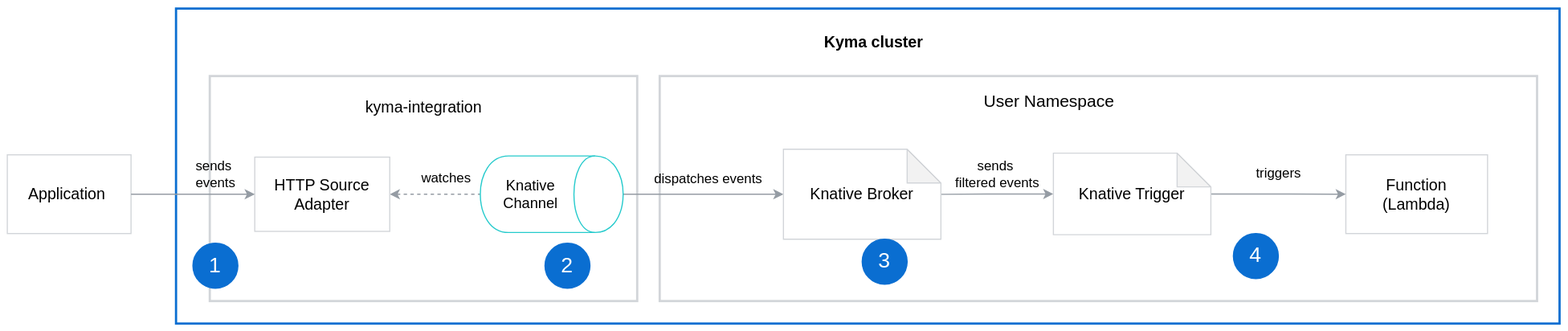
Above: docs/knative-eventing-mesh/assets/eventing-mesh-flow.svg in kyma-project/kyma (draw.io), before the change. Source tidied: cells renumbered, new cells last; positions are measured from the earlier drawing's top-left corner, leaving out a move shared by most shapes. Source of this version:
```xml
<mxGraphModel background="#ffffff">
  <root>
    <mxCell id="0" />
    <mxCell id="1" parent="0" />
    <mxCell id="2" style="group;fillColor=none;strokeColor=#D2D5D9;strokeWidth=2;" parent="1" vertex="1">
      <mxGeometry x="580" y="60" width="780" height="200" as="geometry" />
    </mxCell>
    <mxCell id="3" value="&lt;font&gt;&lt;br&gt;&lt;font style=&quot;font-size: 14px&quot;&gt;Application&lt;/font&gt;&lt;/font&gt;&lt;font style=&quot;font-size: 13px&quot;&gt;&amp;nbsp;&lt;br&gt;&lt;br&gt;&lt;/font&gt;" style="rounded=0;whiteSpace=wrap;html=1;strokeColor=#D2D5D9;strokeWidth=1;fillColor=#ffffff;verticalAlign=middle;" parent="1" vertex="1">
      <mxGeometry y="130" width="110" height="70" as="geometry" />
    </mxCell>
    <mxCell id="4" value="&lt;font style=&quot;font-size: 15px&quot;&gt;User Namespace&lt;/font&gt;" style="text;html=1;strokeColor=none;fillColor=none;align=center;verticalAlign=middle;whiteSpace=wrap;rounded=0;" parent="1" vertex="1">
      <mxGeometry x="840" y="77.5" width="173" height="9.5" as="geometry" />
    </mxCell>
    <mxCell id="5" value="&lt;span style=&quot;font-size: 14px&quot;&gt;Function&lt;br&gt;(Lambda)&lt;br&gt;&lt;/span&gt;" style="rounded=0;whiteSpace=wrap;html=1;strokeColor=#D2D5D9;strokeWidth=1;fillColor=#ffffff;direction=south;" parent="1" vertex="1">
      <mxGeometry x="1190" y="130" width="126" height="70" as="geometry" />
    </mxCell>
    <mxCell id="6" style="group;fillColor=none;strokeColor=#D2D5D9;strokeWidth=2;verticalAlign=top;" parent="1" vertex="1">
      <mxGeometry x="180" y="60" width="380" height="200" as="geometry" />
    </mxCell>
    <mxCell id="7" value="&lt;font style=&quot;font-size: 14px&quot;&gt;kyma-integration&lt;/font&gt;" style="text;html=1;align=center;verticalAlign=middle;" parent="1" vertex="1">
      <mxGeometry x="310" y="77.5" width="120" height="20" as="geometry" />
    </mxCell>
    <mxCell id="8" style="group;fillColor=none;strokeColor=#0A6ED1;strokeWidth=2;verticalAlign=top;" parent="1" vertex="1">
      <mxGeometry x="150" width="1230" height="280" as="geometry" />
    </mxCell>
    <mxCell id="9" value="&lt;font color=&quot;#000000&quot; style=&quot;font-size: 14px&quot;&gt;&lt;b&gt;Kyma cluster&lt;/b&gt;&lt;/font&gt;" style="text;html=1;align=center;verticalAlign=middle;fontColor=#D2D5D9;" parent="1" vertex="1">
      <mxGeometry x="720" y="20" width="100" height="20" as="geometry" />
    </mxCell>
    <mxCell id="10" style="edgeStyle=orthogonalEdgeStyle;rounded=0;jettySize=auto;html=1;strokeColor=#959CA4;endArrow=none;endFill=0;startArrow=classic;startFill=1;dashed=1;" parent="1" edge="1" source="11" target="14">
      <mxGeometry relative="1" as="geometry" />
    </mxCell>
    <mxCell id="11" value="&lt;font&gt;&lt;font style=&quot;font-size: 14px&quot;&gt;HTTP Source&lt;br&gt;&lt;/font&gt;&lt;font style=&quot;font-size: 14px&quot;&gt;Adapter&lt;/font&gt;&lt;br&gt;&lt;/font&gt;" style="rounded=0;whiteSpace=wrap;html=1;strokeColor=#D2D5D9;labelBackgroundColor=none;fillColor=none;strokeWidth=1;" parent="1" vertex="1">
      <mxGeometry x="220" y="132.1" width="120" height="66" as="geometry" />
    </mxCell>
    <mxCell id="12" style="edgeStyle=orthogonalEdgeStyle;rounded=1;jettySize=auto;html=1;exitX=1;exitY=0.5;exitDx=0;exitDy=0;entryX=0;entryY=0.5;entryDx=0;entryDy=0;strokeColor=#959CA4;fontColor=#D2D5D9;" parent="1" edge="1" source="3" target="11">
      <mxGeometry relative="1" as="geometry" />
    </mxCell>
    <mxCell id="13" style="edgeStyle=orthogonalEdgeStyle;rounded=0;jettySize=auto;html=1;entryX=0;entryY=0.5;entryDx=0;entryDy=0;strokeColor=#959CA4;entryPerimeter=0;" parent="1" edge="1" source="14" target="25">
      <mxGeometry relative="1" as="geometry" />
    </mxCell>
    <mxCell id="14" value="&lt;font style=&quot;font-size: 13px&quot;&gt;Knative Channel&lt;/font&gt;" style="shape=cylinder;whiteSpace=wrap;html=1;boundedLbl=1;backgroundOutline=1;rotation=90;horizontal=0;strokeColor=#24CACC;fillColor=none;" parent="1" vertex="1">
      <mxGeometry x="450" y="101.6" width="68" height="127" as="geometry" />
    </mxCell>
    <mxCell id="15" value="sends&amp;nbsp;&lt;br&gt;events" style="text;html=1;align=center;verticalAlign=middle;" parent="1" vertex="1">
      <mxGeometry x="160" y="132.1" width="50" height="30" as="geometry" />
    </mxCell>
    <mxCell id="16" value="watches" style="text;html=1;align=center;verticalAlign=middle;" parent="1" vertex="1">
      <mxGeometry x="360" y="141" width="60" height="20" as="geometry" />
    </mxCell>
    <mxCell id="17" value="dispatches events" style="text;html=1;align=center;verticalAlign=middle;" parent="1" vertex="1">
      <mxGeometry x="568" y="142.1" width="110" height="20" as="geometry" />
    </mxCell>
    <mxCell id="18" value="sends&amp;nbsp;&lt;br&gt;filtered events" style="text;html=1;align=center;verticalAlign=middle;" parent="1" vertex="1">
      <mxGeometry x="835" y="132.1" width="90" height="30" as="geometry" />
    </mxCell>
    <mxCell id="19" value="&lt;font color=&quot;#ffffff&quot; style=&quot;font-size: 19px&quot;&gt;1&lt;/font&gt;" style="ellipse;whiteSpace=wrap;html=1;strokeColor=#0A6ED1;fillColor=#0A6ED1;" parent="1" vertex="1">
      <mxGeometry x="165" y="208.6" width="40" height="40" as="geometry" />
    </mxCell>
    <mxCell id="20" value="&lt;font color=&quot;#ffffff&quot; style=&quot;font-size: 19px&quot;&gt;2&lt;/font&gt;&lt;span style=&quot;color: rgba(0 , 0 , 0 , 0) ; font-family: monospace ; font-size: 0px ; white-space: nowrap&quot;&gt;%3CmxGraphModel%3E%3Croot%3E%3CmxCell%20id%3D%220%22%2F%3E%3CmxCell%20id%3D%221%22%20parent%3D%220%22%2F%3E%3CmxCell%20id%3D%222%22%20value%3D%22%26lt%3Bfont%20color%3D%26quot%3B%23ffffff%26quot%3B%20style%3D%26quot%3Bfont-size%3A%2019px%26quot%3B%26gt%3B1%26lt%3B%2Ffont%26gt%3B%22%20style%3D%22ellipse%3BwhiteSpace%3Dwrap%3Bhtml%3D1%3BstrokeColor%3D%230A6ED1%3BfillColor%3D%230A6ED1%3B%22%20vertex%3D%221%22%20parent%3D%221%22%3E%3CmxGeometry%20x%3D%22185%22%20y%3D%22220%22%20width%3D%2240%22%20height%3D%2240%22%20as%3D%22geometry%22%2F%3E%3C%2FmxCell%3E%3C%2Froot%3E%3C%2FmxGraphModel%3E&lt;/span&gt;" style="ellipse;whiteSpace=wrap;html=1;strokeColor=#0A6ED1;fillColor=#0A6ED1;" parent="1" vertex="1">
      <mxGeometry x="478" y="208.6" width="40" height="40" as="geometry" />
    </mxCell>
    <mxCell id="21" value="&lt;font color=&quot;#ffffff&quot;&gt;&lt;span style=&quot;font-size: 19px&quot;&gt;4&lt;/span&gt;&lt;/font&gt;" style="ellipse;whiteSpace=wrap;html=1;strokeColor=#0A6ED1;fillColor=#0A6ED1;" parent="1" vertex="1">
      <mxGeometry x="1090" y="200" width="40" height="40" as="geometry" />
    </mxCell>
    <mxCell id="22" style="edgeStyle=orthogonalEdgeStyle;rounded=1;jettySize=auto;html=1;startArrow=classic;startFill=1;endArrow=none;endFill=0;strokeColor=#959CA4;" parent="1" edge="1" source="24" target="25">
      <mxGeometry relative="1" as="geometry" />
    </mxCell>
    <mxCell id="23" style="edgeStyle=orthogonalEdgeStyle;rounded=1;jettySize=auto;html=1;entryX=0.5;entryY=1;entryDx=0;entryDy=0;startArrow=none;startFill=0;endArrow=classic;endFill=1;strokeColor=#959CA4;" parent="1" edge="1" source="24" target="5">
      <mxGeometry relative="1" as="geometry" />
    </mxCell>
    <mxCell id="24" value="&lt;font style=&quot;font-size: 14px&quot;&gt;Knative Trigger CR&lt;/font&gt;" style="shape=note;whiteSpace=wrap;html=1;backgroundOutline=1;darkOpacity=0.05;strokeColor=#D2D5D9;fillColor=#FFFFFF;gradientColor=none;" parent="1" vertex="1">
      <mxGeometry x="930" y="128.5" width="140" height="72.5" as="geometry" />
    </mxCell>
    <mxCell id="25" value="&lt;font style=&quot;font-size: 14px&quot;&gt;Knative Broker CR&lt;/font&gt;" style="shape=note;whiteSpace=wrap;html=1;backgroundOutline=1;darkOpacity=0.05;strokeColor=#D2D5D9;fillColor=#FFFFFF;gradientColor=none;" parent="1" vertex="1">
      <mxGeometry x="690" y="125.1" width="140" height="80" as="geometry" />
    </mxCell>
    <mxCell id="26" value="triggers" style="text;html=1;align=center;verticalAlign=middle;" parent="1" vertex="1">
      <mxGeometry x="1100" y="137.1" width="60" height="20" as="geometry" />
    </mxCell>
    <mxCell id="27" value="&lt;font color=&quot;#ffffff&quot;&gt;&lt;span style=&quot;font-size: 19px&quot;&gt;3&lt;/span&gt;&lt;/font&gt;" style="ellipse;whiteSpace=wrap;html=1;strokeColor=#0A6ED1;fillColor=#0A6ED1;" parent="1" vertex="1">
      <mxGeometry x="760" y="205.1" width="40" height="40" as="geometry" />
    </mxCell>
  </root>
</mxGraphModel>
```
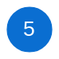
The same file after the commit.

Diff of the diagram source:
```diff
@@ -2,83 +2,8 @@
   <root>
     <mxCell id="0" />
     <mxCell id="1" parent="0" />
-    <mxCell id="2" style="group;fillColor=none;strokeColor=#D2D5D9;strokeWidth=2;" parent="1" vertex="1">
-      <mxGeometry x="580" y="60" width="780" height="200" as="geometry" />
+    <mxCell id="2" value="&lt;font color=&quot;#ffffff&quot;&gt;&lt;span style=&quot;font-size: 19px&quot;&gt;5&lt;/span&gt;&lt;/font&gt;" style="ellipse;whiteSpace=wrap;html=1;strokeColor=#0A6ED1;fillColor=#0A6ED1;" parent="1" vertex="1">
+      <mxGeometry x="580" y="60" width="40" height="40" as="geometry" />
     </mxCell>
-    <mxCell id="3" value="&lt;font&gt;&lt;br&gt;&lt;font style=&quot;font-size: 14px&quot;&gt;Application&lt;/font&gt;&lt;/font&gt;&lt;font style=&quot;font-size: 13px&quot;&gt;&amp;nbsp;&lt;br&gt;&lt;br&gt;&lt;/font&gt;" style="rounded=0;whiteSpace=wrap;html=1;strokeColor=#D2D5D9;strokeWidth=1;fillColor=#ffffff;verticalAlign=middle;" parent="1" vertex="1">
-      <mxGeometry y="130" width="110" height="70" as="geometry" />
-    </mxCell>
-    <mxCell id="4" value="&lt;font style=&quot;font-size: 15px&quot;&gt;User Namespace&lt;/font&gt;" style="text;html=1;strokeColor=none;fillColor=none;align=center;verticalAlign=middle;whiteSpace=wrap;rounded=0;" parent="1" vertex="1">
-      <mxGeometry x="840" y="77.5" width="173" height="9.5" as="geometry" />
-    </mxCell>
-    <mxCell id="5" value="&lt;span style=&quot;font-size: 14px&quot;&gt;Function&lt;br&gt;(Lambda)&lt;br&gt;&lt;/span&gt;" style="rounded=0;whiteSpace=wrap;html=1;strokeColor=#D2D5D9;strokeWidth=1;fillColor=#ffffff;direction=south;" parent="1" vertex="1">
-      <mxGeometry x="1190" y="130" width="126" height="70" as="geometry" />
-    </mxCell>
-    <mxCell id="6" style="group;fillColor=none;strokeColor=#D2D5D9;strokeWidth=2;verticalAlign=top;" parent="1" vertex="1">
-      <mxGeometry x="180" y="60" width="380" height="200" as="geometry" />
-    </mxCell>
-    <mxCell id="7" value="&lt;font style=&quot;font-size: 14px&quot;&gt;kyma-integration&lt;/font&gt;" style="text;html=1;align=center;verticalAlign=middle;" parent="1" vertex="1">
-      <mxGeometry x="310" y="77.5" width="120" height="20" as="geometry" />
-    </mxCell>
-    <mxCell id="8" style="group;fillColor=none;strokeColor=#0A6ED1;strokeWidth=2;verticalAlign=top;" parent="1" vertex="1">
-      <mxGeometry x="150" width="1230" height="280" as="geometry" />
-    </mxCell>
-    <mxCell id="9" value="&lt;font color=&quot;#000000&quot; style=&quot;font-size: 14px&quot;&gt;&lt;b&gt;Kyma cluster&lt;/b&gt;&lt;/font&gt;" style="text;html=1;align=center;verticalAlign=middle;fontColor=#D2D5D9;" parent="1" vertex="1">
-      <mxGeometry x="720" y="20" width="100" height="20" as="geometry" />
-    </mxCell>
-    <mxCell id="10" style="edgeStyle=orthogonalEdgeStyle;rounded=0;jettySize=auto;html=1;strokeColor=#959CA4;endArrow=none;endFill=0;startArrow=classic;startFill=1;dashed=1;" parent="1" edge="1" source="11" target="14">
-      <mxGeometry relative="1" as="geometry" />
-    </mxCell>
-    <mxCell id="11" value="&lt;font&gt;&lt;font style=&quot;font-size: 14px&quot;&gt;HTTP Source&lt;br&gt;&lt;/font&gt;&lt;font style=&quot;font-size: 14px&quot;&gt;Adapter&lt;/font&gt;&lt;br&gt;&lt;/font&gt;" style="rounded=0;whiteSpace=wrap;html=1;strokeColor=#D2D5D9;labelBackgroundColor=none;fillColor=none;strokeWidth=1;" parent="1" vertex="1">
-      <mxGeometry x="220" y="132.1" width="120" height="66" as="geometry" />
-    </mxCell>
-    <mxCell id="12" style="edgeStyle=orthogonalEdgeStyle;rounded=1;jettySize=auto;html=1;exitX=1;exitY=0.5;exitDx=0;exitDy=0;entryX=0;entryY=0.5;entryDx=0;entryDy=0;strokeColor=#959CA4;fontColor=#D2D5D9;" parent="1" edge="1" source="3" target="11">
-      <mxGeometry relative="1" as="geometry" />
-    </mxCell>
-    <mxCell id="13" style="edgeStyle=orthogonalEdgeStyle;rounded=0;jettySize=auto;html=1;entryX=0;entryY=0.5;entryDx=0;entryDy=0;strokeColor=#959CA4;entryPerimeter=0;" parent="1" edge="1" source="14" target="25">
-      <mxGeometry relative="1" as="geometry" />
-    </mxCell>
-    <mxCell id="14" value="&lt;font style=&quot;font-size: 13px&quot;&gt;Knative Channel&lt;/font&gt;" style="shape=cylinder;whiteSpace=wrap;html=1;boundedLbl=1;backgroundOutline=1;rotation=90;horizontal=0;strokeColor=#24CACC;fillColor=none;" parent="1" vertex="1">
-      <mxGeometry x="450" y="101.6" width="68" height="127" as="geometry" />
-    </mxCell>
-    <mxCell id="15" value="sends&amp;nbsp;&lt;br&gt;events" style="text;html=1;align=center;verticalAlign=middle;" parent="1" vertex="1">
-      <mxGeometry x="160" y="132.1" width="50" height="30" as="geometry" />
-    </mxCell>
-    <mxCell id="16" value="watches" style="text;html=1;align=center;verticalAlign=middle;" parent="1" vertex="1">
-      <mxGeometry x="360" y="141" width="60" height="20" as="geometry" />
-    </mxCell>
-    <mxCell id="17" value="dispatches events" style="text;html=1;align=center;verticalAlign=middle;" parent="1" vertex="1">
-      <mxGeometry x="568" y="142.1" width="110" height="20" as="geometry" />
-    </mxCell>
-    <mxCell id="18" value="sends&amp;nbsp;&lt;br&gt;filtered events" style="text;html=1;align=center;verticalAlign=middle;" parent="1" vertex="1">
-      <mxGeometry x="835" y="132.1" width="90" height="30" as="geometry" />
-    </mxCell>
-    <mxCell id="19" value="&lt;font color=&quot;#ffffff&quot; style=&quot;font-size: 19px&quot;&gt;1&lt;/font&gt;" style="ellipse;whiteSpace=wrap;html=1;strokeColor=#0A6ED1;fillColor=#0A6ED1;" parent="1" vertex="1">
-      <mxGeometry x="165" y="208.6" width="40" height="40" as="geometry" />
-    </mxCell>
-    <mxCell id="20" value="&lt;font color=&quot;#ffffff&quot; style=&quot;font-size: 19px&quot;&gt;2&lt;/font&gt;&lt;span style=&quot;color: rgba(0 , 0 , 0 , 0) ; font-family: monospace ; font-size: 0px ; white-space: nowrap&quot;&gt;%3CmxGraphModel%3E%3Croot%3E%3CmxCell%20id%3D%220%22%2F%3E%3CmxCell%20id%3D%221%22%20parent%3D%220%22%2F%3E%3CmxCell%20id%3D%222%22%20value%3D%22%26lt%3Bfont%20color%3D%26quot%3B%23ffffff%26quot%3B%20style%3D%26quot%3Bfont-size%3A%2019px%26quot%3B%26gt%3B1%26lt%3B%2Ffont%26gt%3B%22%20style%3D%22ellipse%3BwhiteSpace%3Dwrap%3Bhtml%3D1%3BstrokeColor%3D%230A6ED1%3BfillColor%3D%230A6ED1%3B%22%20vertex%3D%221%22%20parent%3D%221%22%3E%3CmxGeometry%20x%3D%22185%22%20y%3D%22220%22%20width%3D%2240%22%20height%3D%2240%22%20as%3D%22geometry%22%2F%3E%3C%2FmxCell%3E%3C%2Froot%3E%3C%2FmxGraphModel%3E&lt;/span&gt;" style="ellipse;whiteSpace=wrap;html=1;strokeColor=#0A6ED1;fillColor=#0A6ED1;" parent="1" vertex="1">
-      <mxGeometry x="478" y="208.6" width="40" height="40" as="geometry" />
-    </mxCell>
-    <mxCell id="21" value="&lt;font color=&quot;#ffffff&quot;&gt;&lt;span style=&quot;font-size: 19px&quot;&gt;4&lt;/span&gt;&lt;/font&gt;" style="ellipse;whiteSpace=wrap;html=1;strokeColor=#0A6ED1;fillColor=#0A6ED1;" parent="1" vertex="1">
-      <mxGeometry x="1090" y="200" width="40" height="40" as="geometry" />
-    </mxCell>
-    <mxCell id="22" style="edgeStyle=orthogonalEdgeStyle;rounded=1;jettySize=auto;html=1;startArrow=classic;startFill=1;endArrow=none;endFill=0;strokeColor=#959CA4;" parent="1" edge="1" source="24" target="25">
-      <mxGeometry relative="1" as="geometry" />
-    </mxCell>
-    <mxCell id="23" style="edgeStyle=orthogonalEdgeStyle;rounded=1;jettySize=auto;html=1;entryX=0.5;entryY=1;entryDx=0;entryDy=0;startArrow=none;startFill=0;endArrow=classic;endFill=1;strokeColor=#959CA4;" parent="1" edge="1" source="24" target="5">
-      <mxGeometry relative="1" as="geometry" />
-    </mxCell>
-    <mxCell id="24" value="&lt;font style=&quot;font-size: 14px&quot;&gt;Knative Trigger CR&lt;/font&gt;" style="shape=note;whiteSpace=wrap;html=1;backgroundOutline=1;darkOpacity=0.05;strokeColor=#D2D5D9;fillColor=#FFFFFF;gradientColor=none;" parent="1" vertex="1">
-      <mxGeometry x="930" y="128.5" width="140" height="72.5" as="geometry" />
-    </mxCell>
-    <mxCell id="25" value="&lt;font style=&quot;font-size: 14px&quot;&gt;Knative Broker CR&lt;/font&gt;" style="shape=note;whiteSpace=wrap;html=1;backgroundOutline=1;darkOpacity=0.05;strokeColor=#D2D5D9;fillColor=#FFFFFF;gradientColor=none;" parent="1" vertex="1">
-      <mxGeometry x="690" y="125.1" width="140" height="80" as="geometry" />
-    </mxCell>
-    <mxCell id="26" value="triggers" style="text;html=1;align=center;verticalAlign=middle;" parent="1" vertex="1">
-      <mxGeometry x="1100" y="137.1" width="60" height="20" as="geometry" />
-    </mxCell>
-    <mxCell id="27" value="&lt;font color=&quot;#ffffff&quot;&gt;&lt;span style=&quot;font-size: 19px&quot;&gt;3&lt;/span&gt;&lt;/font&gt;" style="ellipse;whiteSpace=wrap;html=1;strokeColor=#0A6ED1;fillColor=#0A6ED1;" parent="1" vertex="1">
-      <mxGeometry x="760" y="205.1" width="40" height="40" as="geometry" />
-    </mxCell>
   </root>
 </mxGraphModel>
```
